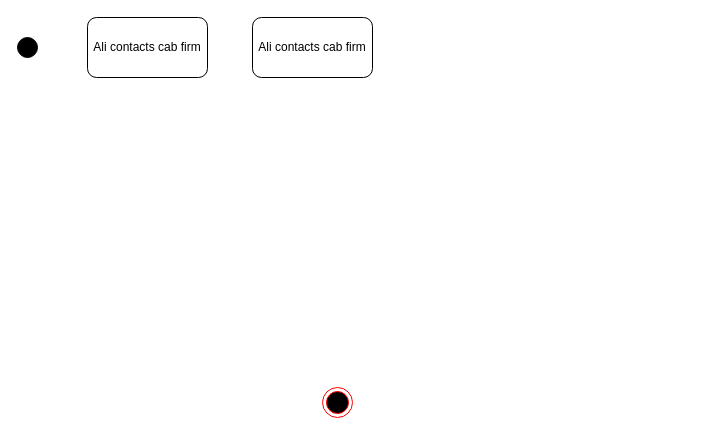
This is tuto5wia2002q2.drawio from justn0thinghere/drawio, a draw.io file, before an edit. Source tidied: cells renumbered, new cells numbered last; positions are measured from the earlier drawing's top-left corner, leaving out a move shared by most shapes. Both pictures are drawn from the tidied source at 100%, with x=0, y=0 at pixel (17, 17).
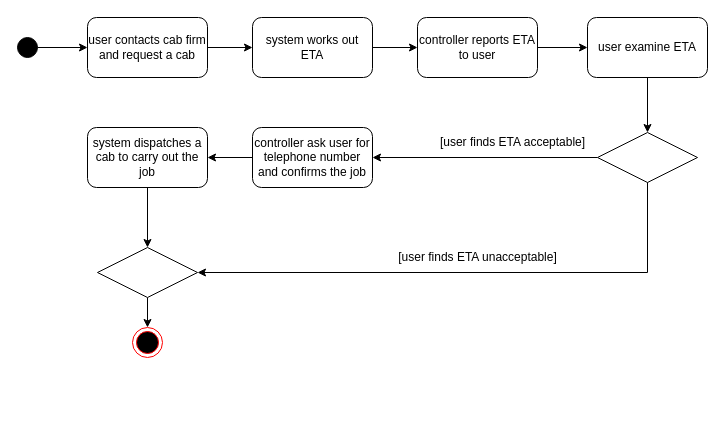
The same diagram, later.

The change refers to these unchanged cells:
```xml
<mxCell id="2" style="ellipse;whiteSpace=wrap;html=1;fillColor=#000000;" parent="1" vertex="1">
  <mxGeometry y="20" width="20" height="20" as="geometry" />
</mxCell>
```

The edit, as a diff of the source:
```diff
@@
     <mxCell id="3" style="ellipse;html=1;shape=endState;fillColor=#000000;strokeColor=#ff0000;" parent="1" vertex="1">
-      <mxGeometry x="305" y="370" width="30" height="30" as="geometry" />
+      <mxGeometry x="115" y="310" width="30" height="30" as="geometry" />
     </mxCell>
-    <mxCell id="4" value="Ali contacts cab firm" style="rounded=1;whiteSpace=wrap;html=1;" parent="1" vertex="1">
+    <mxCell id="4" value="user contacts cab firm and request a cab" style="rounded=1;whiteSpace=wrap;html=1;" parent="1" vertex="1">
       <mxGeometry x="70" width="120" height="60" as="geometry" />
     </mxCell>
+    <mxCell id="6" style="edgeStyle=orthogonalEdgeStyle;rounded=0;jettySize=auto;html=1;" parent="1" edge="1" source="5" target="8">
+      <mxGeometry relative="1" as="geometry" />
+    </mxCell>
-    <mxCell id="5" value="Ali contacts cab firm" style="rounded=1;whiteSpace=wrap;html=1;" parent="1" vertex="1">
+    <mxCell id="5" value="system works out ETA" style="rounded=1;whiteSpace=wrap;html=1;" parent="1" vertex="1">
       <mxGeometry x="235" width="120" height="60" as="geometry" />
     </mxCell>
+    <mxCell id="7" style="edgeStyle=orthogonalEdgeStyle;rounded=0;jettySize=auto;html=1;" parent="1" edge="1" source="8" target="10">
+      <mxGeometry relative="1" as="geometry" />
+    </mxCell>
+    <mxCell id="8" value="controller reports ETA to user" style="rounded=1;whiteSpace=wrap;html=1;" parent="1" vertex="1">
+      <mxGeometry x="400" width="120" height="60" as="geometry" />
+    </mxCell>
+    <mxCell id="9" style="edgeStyle=orthogonalEdgeStyle;rounded=0;jettySize=auto;html=1;" parent="1" edge="1" source="10" target="12">
+      <mxGeometry relative="1" as="geometry" />
+    </mxCell>
+    <mxCell id="10" value="user examine ETA" style="rounded=1;whiteSpace=wrap;html=1;" parent="1" vertex="1">
+      <mxGeometry x="570" width="120" height="60" as="geometry" />
+    </mxCell>
+    <mxCell id="11" style="edgeStyle=orthogonalEdgeStyle;rounded=0;jettySize=auto;html=1;" parent="1" edge="1" source="12" target="14">
+      <mxGeometry relative="1" as="geometry" />
+    </mxCell>
+    <mxCell id="12" style="rhombus;whiteSpace=wrap;html=1;" parent="1" vertex="1">
+      <mxGeometry x="580" y="115" width="100" height="50" as="geometry" />
+    </mxCell>
+    <mxCell id="13" style="edgeStyle=orthogonalEdgeStyle;rounded=0;jettySize=auto;html=1;" parent="1" edge="1" source="14" target="16">
+      <mxGeometry relative="1" as="geometry" />
+    </mxCell>
+    <mxCell id="14" value="controller ask user for telephone number and confirms the job" style="rounded=1;whiteSpace=wrap;html=1;" parent="1" vertex="1">
+      <mxGeometry x="235" y="110" width="120" height="60" as="geometry" />
+    </mxCell>
+    <mxCell id="15" style="edgeStyle=orthogonalEdgeStyle;rounded=0;jettySize=auto;html=1;" parent="1" edge="1" source="16" target="18">
+      <mxGeometry relative="1" as="geometry" />
+    </mxCell>
+    <mxCell id="16" value="system dispatches a cab to carry out the job" style="rounded=1;whiteSpace=wrap;html=1;" parent="1" vertex="1">
+      <mxGeometry x="70" y="110" width="120" height="60" as="geometry" />
+    </mxCell>
+    <mxCell id="17" style="edgeStyle=orthogonalEdgeStyle;rounded=0;jettySize=auto;html=1;" parent="1" edge="1" source="18" target="3">
+      <mxGeometry relative="1" as="geometry" />
+    </mxCell>
+    <mxCell id="18" style="rhombus;whiteSpace=wrap;html=1;" parent="1" vertex="1">
+      <mxGeometry x="80" y="230" width="100" height="50" as="geometry" />
+    </mxCell>
+    <mxCell id="19" style="endArrow=classic;html=1;rounded=0;exitX=1;exitY=0.5;exitDx=0;exitDy=0;entryX=0;entryY=0.5;entryDx=0;entryDy=0;" parent="1" edge="1" source="2" target="4">
+      <mxGeometry relative="1" as="geometry" />
+    </mxCell>
+    <mxCell id="20" style="endArrow=classic;html=1;rounded=0;exitX=1;exitY=0.5;exitDx=0;exitDy=0;entryX=0;entryY=0.5;entryDx=0;entryDy=0;" parent="1" edge="1" source="4" target="5">
+      <mxGeometry relative="1" as="geometry" />
+    </mxCell>
+    <mxCell id="21" value="[user finds ETA acceptable]" style="text;html=1;align=center;verticalAlign=middle;strokeColor=none;fillColor=none;" parent="1" vertex="1">
+      <mxGeometry x="410" y="110" width="170" height="30" as="geometry" />
+    </mxCell>
+    <mxCell id="22" style="endArrow=classic;html=1;rounded=0;entryX=1;entryY=0.5;entryDx=0;entryDy=0;edgeStyle=orthogonalEdgeStyle;exitX=0.5;exitY=1;exitDx=0;exitDy=0;" parent="1" edge="1" source="12" target="18">
+      <mxGeometry relative="1" as="geometry">
+        <Array as="points">
+          <mxPoint x="630" y="255" />
+        </Array>
+      </mxGeometry>
+    </mxCell>
+    <mxCell id="23" value="[user finds ETA unacceptable]" style="text;html=1;align=center;verticalAlign=middle;strokeColor=none;fillColor=none;" parent="1" vertex="1">
+      <mxGeometry x="370" y="225" width="180" height="30" as="geometry" />
+    </mxCell>
```
